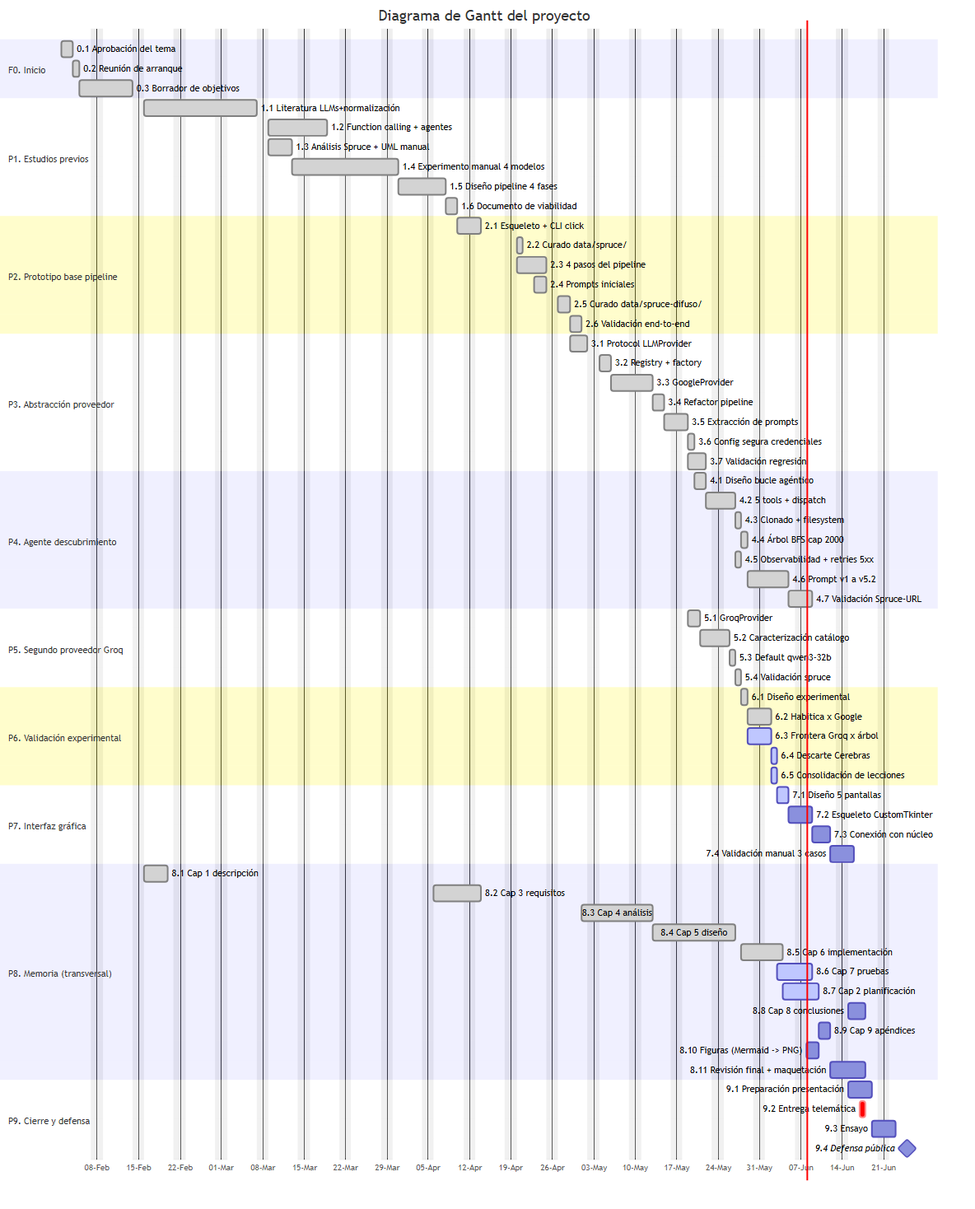
The Mermaid diagram memoria/assets/png/fig-02-3.png in git-uni/llms-normalization-bd-models-tool, before a commit. Its source is kept beside it as memoria/assets/mmd/fig-02-3.mmd.
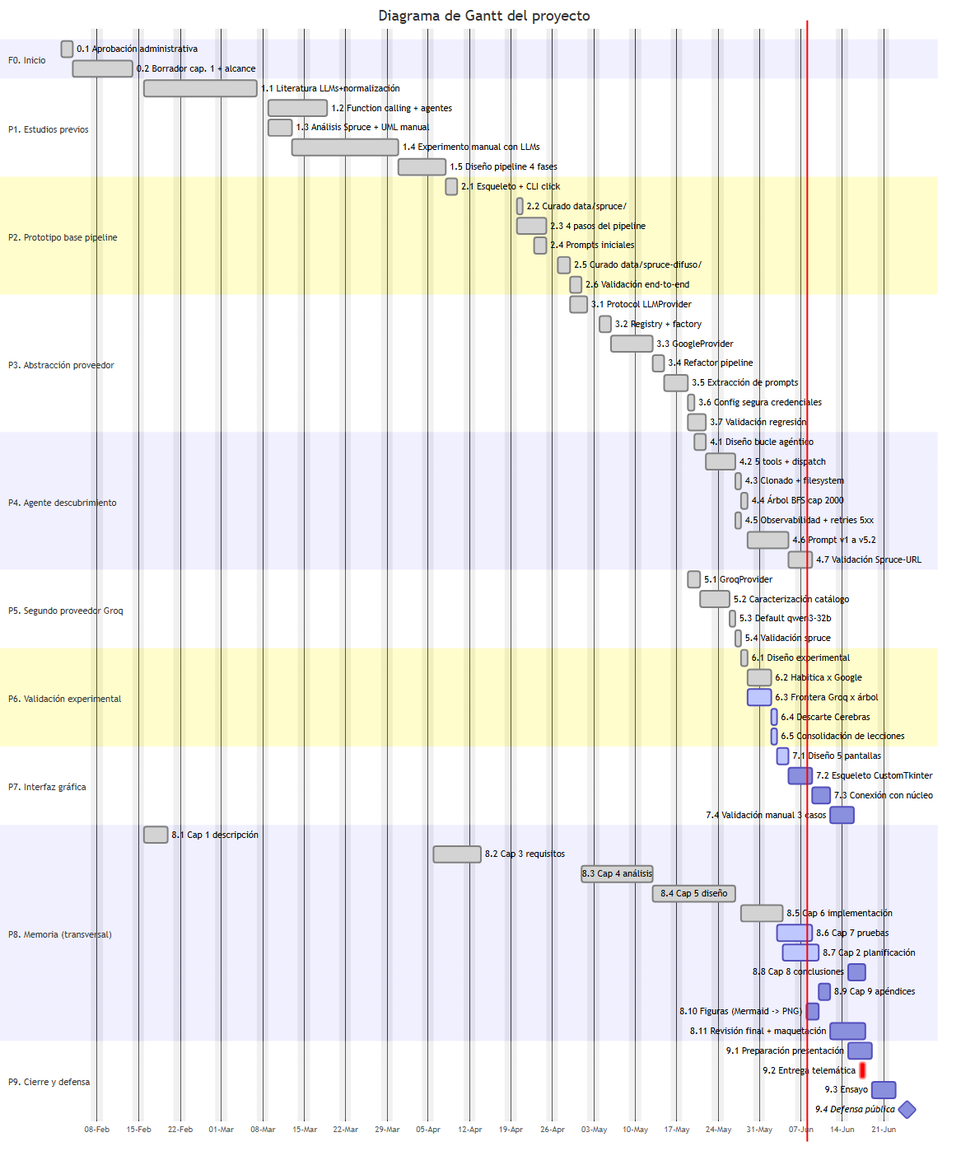
Later version of the same file.

Commit message:
memoria cap02: quita entregables PMBOK inventados (documento de viabilidad, actas)

Change to the diagram source:
```diff
@@ -5,20 +5,18 @@
     excludes weekends
 
     section F0. Inicio
-    0.1 Aprobación del tema            :done, t01, 2026-02-02, 2d
-    0.2 Reunión de arranque            :done, t02, after t01, 1d
-    0.3 Borrador de objetivos          :done, t03, after t02, 7d
+    0.1 Aprobación administrativa      :done, t01, 2026-02-02, 2d
+    0.2 Borrador cap. 1 + alcance      :done, t02, after t01, 8d
 
     section P1. Estudios previos
     1.1 Literatura LLMs+normalización  :done, t11, 2026-02-16, 15d
     1.2 Function calling + agentes     :done, t12, after t11, 8d
     1.3 Análisis Spruce + UML manual   :done, t13, after t11, 4d
-    1.4 Experimento manual 4 modelos   :done, t14, after t13, 12d
+    1.4 Experimento manual con LLMs    :done, t14, after t13, 12d
     1.5 Diseño pipeline 4 fases        :done, t15, after t14, 6d
-    1.6 Documento de viabilidad        :done, t16, after t15, 2d
 
     section P2. Prototipo base pipeline
-    2.1 Esqueleto + CLI click          :done, t21, after t16, 2d
+    2.1 Esqueleto + CLI click          :done, t21, after t15, 2d
     2.2 Curado data/spruce/            :done, t22, 2026-04-20, 1d
     2.3 4 pasos del pipeline           :done, t23, 2026-04-20, 5d
     2.4 Prompts iniciales              :done, t24, 2026-04-23, 2d
```
